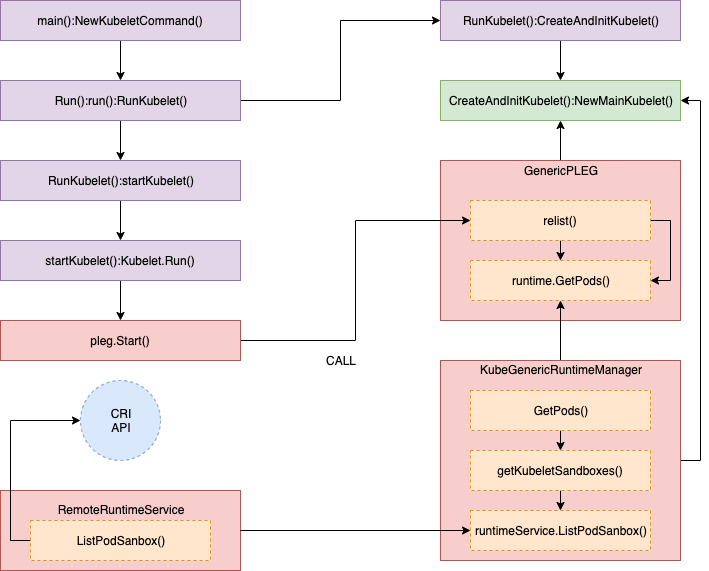
Earlier version of the draw.io export kubernetes/pleg-getpods.png (bysnupy/blog). Source tidied: cells renumbered, new cells last; positions are measured from the earlier drawing's top-left corner, leaving out a move shared by most shapes.
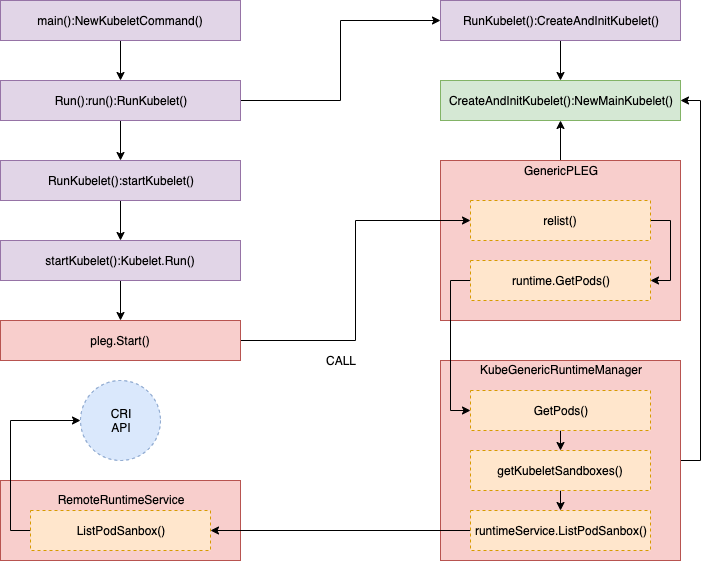
The same diagram one commit later.

The edit, as a diff of the source:
```diff
@@ -3,7 +3,7 @@
     <mxCell id="0" />
     <mxCell id="1" parent="0" />
     <mxCell id="2" value="RemoteRuntimeService&lt;br&gt;&lt;br&gt;&lt;br&gt;&lt;br&gt;" style="rounded=0;whiteSpace=wrap;html=1;fillColor=#f8cecc;strokeColor=#b85450;" parent="1" vertex="1">
-      <mxGeometry y="490" width="240" height="80" as="geometry" />
+      <mxGeometry y="480" width="240" height="80" as="geometry" />
     </mxCell>
     <mxCell id="3" style="edgeStyle=orthogonalEdgeStyle;rounded=0;jettySize=auto;html=1;exitX=0.5;exitY=0;exitDx=0;exitDy=0;entryX=0.5;entryY=1;entryDx=0;entryDy=0;" parent="1" edge="1" source="4" target="14">
       <mxGeometry relative="1" as="geometry" />
@@ -56,18 +56,12 @@
     <mxCell id="19" style="edgeStyle=orthogonalEdgeStyle;rounded=0;jettySize=auto;html=1;exitX=1;exitY=0.5;exitDx=0;exitDy=0;entryX=1;entryY=0.5;entryDx=0;entryDy=0;" parent="1" edge="1" source="21" target="28">
       <mxGeometry relative="1" as="geometry" />
     </mxCell>
-    <mxCell id="20" style="edgeStyle=orthogonalEdgeStyle;rounded=0;jettySize=auto;html=1;exitX=0.5;exitY=1;exitDx=0;exitDy=0;entryX=0.5;entryY=0;entryDx=0;entryDy=0;" parent="1" edge="1" source="21" target="28">
-      <mxGeometry relative="1" as="geometry" />
-    </mxCell>
     <mxCell id="21" value="relist()" style="rounded=0;whiteSpace=wrap;html=1;fillColor=#ffe6cc;strokeColor=#d79b00;dashed=1;" parent="1" vertex="1">
       <mxGeometry x="470" y="200" width="180" height="40" as="geometry" />
     </mxCell>
     <mxCell id="22" value="CALL" style="text;html=1;strokeColor=none;fillColor=none;align=center;verticalAlign=middle;whiteSpace=wrap;rounded=0;dashed=1;" parent="1" vertex="1">
       <mxGeometry x="320" y="350.5" width="40" height="19" as="geometry" />
     </mxCell>
-    <mxCell id="23" style="edgeStyle=orthogonalEdgeStyle;rounded=0;jettySize=auto;html=1;exitX=0.5;exitY=0;exitDx=0;exitDy=0;entryX=0.5;entryY=1;entryDx=0;entryDy=0;" parent="1" edge="1" source="25" target="28">
-      <mxGeometry relative="1" as="geometry" />
-    </mxCell>
     <mxCell id="24" style="edgeStyle=orthogonalEdgeStyle;rounded=0;jettySize=auto;html=1;exitX=1;exitY=0.5;exitDx=0;exitDy=0;entryX=1;entryY=0.5;entryDx=0;entryDy=0;" parent="1" edge="1" source="25" target="14">
       <mxGeometry relative="1" as="geometry" />
     </mxCell>
@@ -80,6 +74,9 @@
     <mxCell id="27" value="getKubeletSandboxes()" style="rounded=0;whiteSpace=wrap;html=1;fillColor=#ffe6cc;strokeColor=#d79b00;dashed=1;" parent="1" vertex="1">
       <mxGeometry x="470" y="450" width="180" height="40" as="geometry" />
     </mxCell>
+    <mxCell id="36" style="edgeStyle=orthogonalEdgeStyle;rounded=0;jettySize=auto;html=1;exitX=0;exitY=0.5;exitDx=0;exitDy=0;entryX=0;entryY=0.5;entryDx=0;entryDy=0;" parent="1" edge="1" source="28" target="30">
+      <mxGeometry relative="1" as="geometry" />
+    </mxCell>
     <mxCell id="28" value="runtime.GetPods()" style="rounded=0;whiteSpace=wrap;html=1;fillColor=#ffe6cc;strokeColor=#d79b00;dashed=1;" parent="1" vertex="1">
       <mxGeometry x="470" y="260" width="180" height="40" as="geometry" />
     </mxCell>
@@ -93,14 +90,14 @@
       <mxGeometry relative="1" as="geometry" />
     </mxCell>
     <mxCell id="32" value="ListPodSanbox()" style="rounded=0;whiteSpace=wrap;html=1;fillColor=#ffe6cc;strokeColor=#d79b00;dashed=1;" parent="1" vertex="1">
-      <mxGeometry x="30" y="520" width="180" height="40" as="geometry" />
+      <mxGeometry x="30" y="510" width="180" height="40" as="geometry" />
     </mxCell>
+    <mxCell id="37" style="edgeStyle=orthogonalEdgeStyle;rounded=0;jettySize=auto;html=1;exitX=0;exitY=0.5;exitDx=0;exitDy=0;entryX=1;entryY=0.5;entryDx=0;entryDy=0;" parent="1" edge="1" source="33" target="32">
+      <mxGeometry relative="1" as="geometry" />
+    </mxCell>
     <mxCell id="33" value="runtimeService.ListPodSanbox()" style="rounded=0;whiteSpace=wrap;html=1;fillColor=#ffe6cc;strokeColor=#d79b00;dashed=1;" parent="1" vertex="1">
       <mxGeometry x="470" y="510" width="180" height="40" as="geometry" />
     </mxCell>
-    <mxCell id="34" style="edgeStyle=orthogonalEdgeStyle;rounded=0;jettySize=auto;html=1;exitX=1;exitY=0.5;exitDx=0;exitDy=0;entryX=0;entryY=0.5;entryDx=0;entryDy=0;" parent="1" edge="1" source="2" target="33">
-      <mxGeometry relative="1" as="geometry" />
-    </mxCell>
     <mxCell id="35" value="CRI&lt;br&gt;API" style="ellipse;whiteSpace=wrap;html=1;dashed=1;fillColor=#dae8fc;strokeColor=#6c8ebf;" parent="1" vertex="1">
       <mxGeometry x="80" y="380" width="80" height="80" as="geometry" />
     </mxCell>
```
